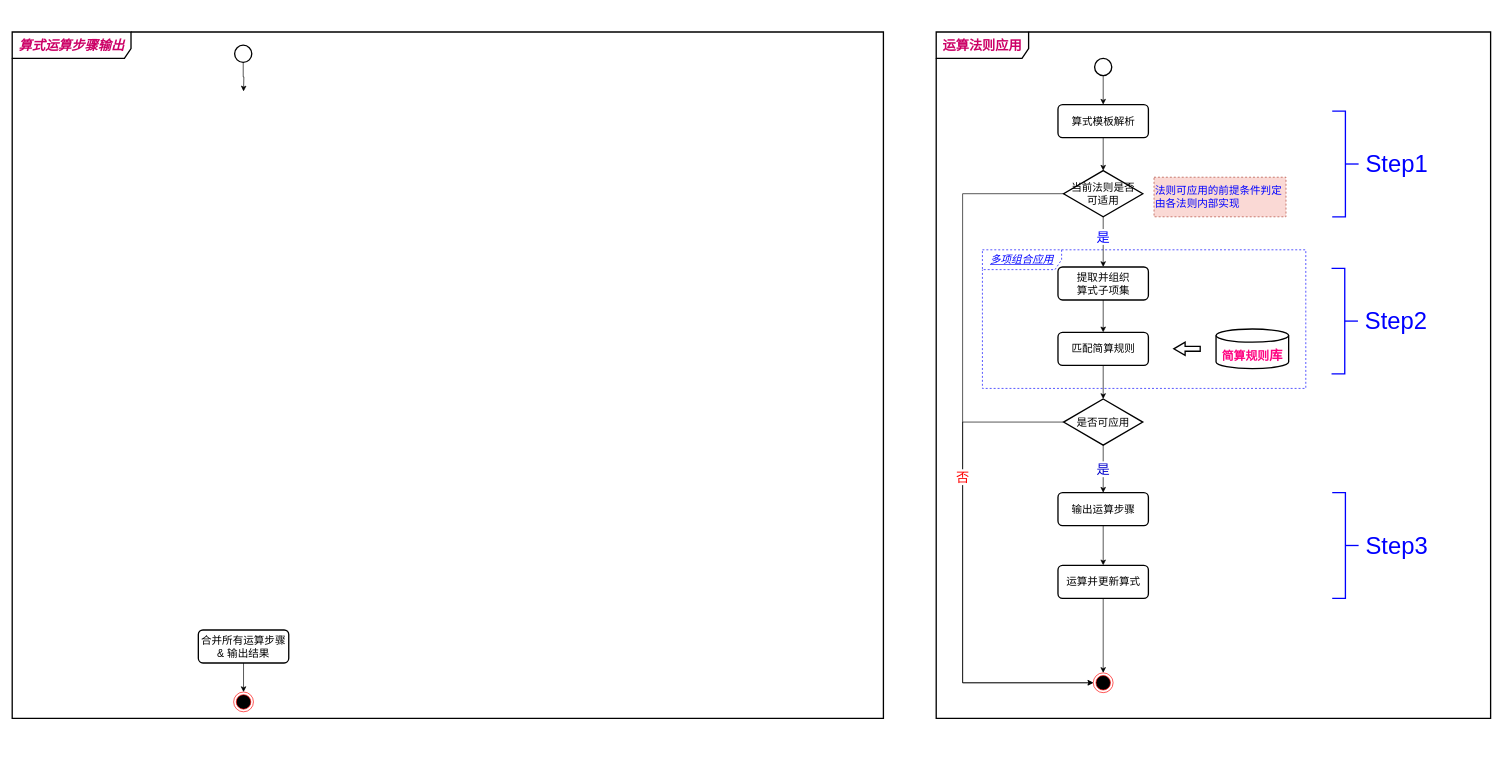
Above: page "四则混合运算步骤拆解 算法基本流程设计 的副本" (7 of 7) of 数学引擎.drawio in TinlerLin/MathEngine (draw.io), before the change. Source tidied: cells renumbered, new cells numbered last; positions are measured from the earlier drawing's top-left corner, leaving out a move shared by most shapes. Both pictures are drawn from the tidied source at 66%, with x=0, y=0 at pixel (12, 32).
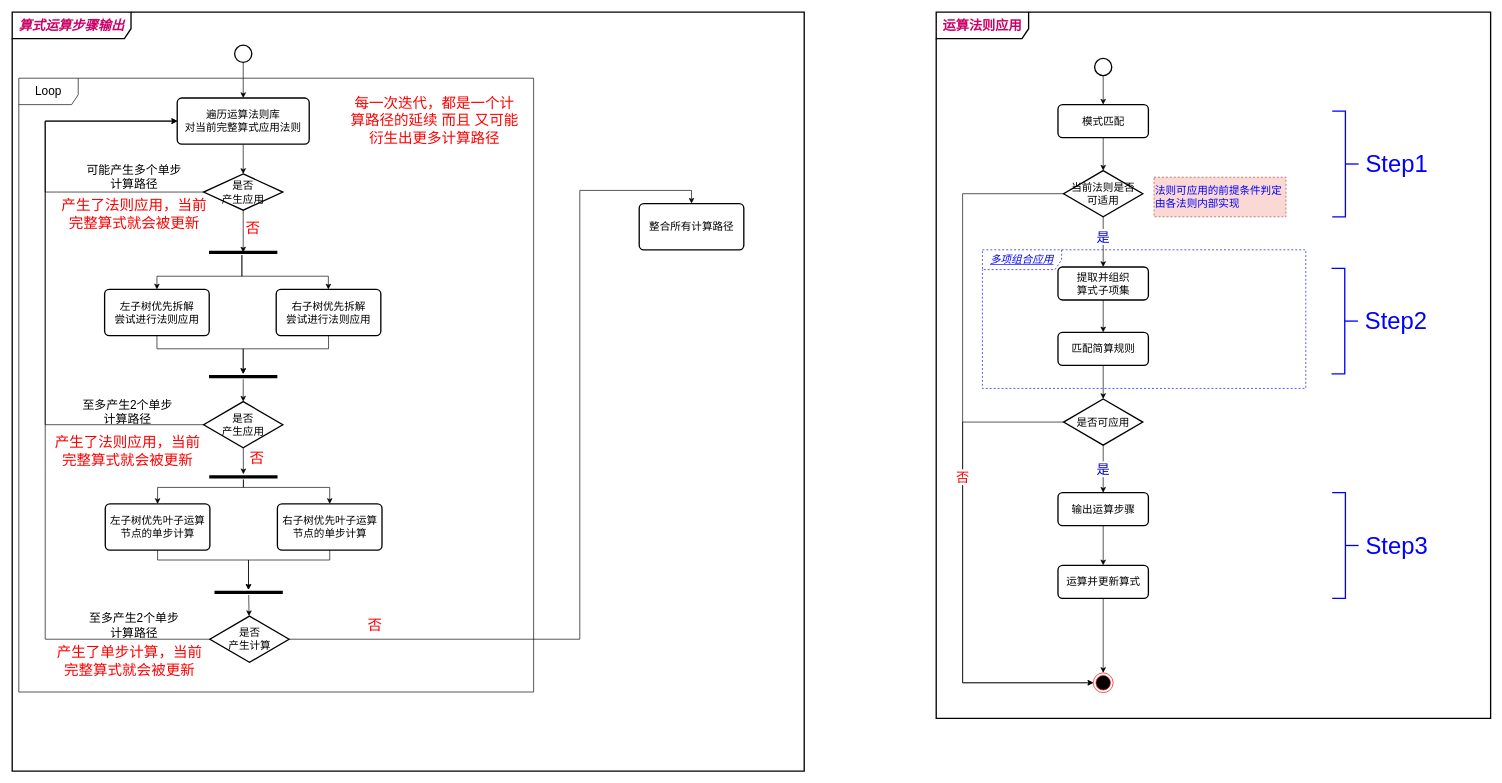
The same page after the edit.

Commit message (it also covers changes not shown here):
更新数学引擎.drawio

Unchanged cells that the change refers to:
```xml
<mxCell id="7" style="strokeWidth=2;html=1;shape=mxgraph.flowchart.start_2;whiteSpace=wrap;fontSize=16;" parent="1" vertex="1">
  <mxGeometry x="337" y="20" width="26" height="26" as="geometry" />
</mxCell>
<mxCell id="12" style="strokeWidth=2;html=1;shape=mxgraph.flowchart.start_2;whiteSpace=wrap;fontSize=16;" parent="1" vertex="1">
  <mxGeometry x="1640" y="40" width="26" height="26" as="geometry" />
</mxCell>
<mxCell id="18" value="当前法则是否&lt;br&gt;可适用" style="strokeWidth=2;html=1;shape=mxgraph.flowchart.decision;whiteSpace=wrap;fontSize=16;" parent="1" vertex="1">
  <mxGeometry x="1593" y="210" width="120" height="70" as="geometry" />
</mxCell>
<mxCell id="32" style="group;fontColor=#0000FF;" parent="1" vertex="1">
  <mxGeometry x="2000" y="120" width="128" height="160" as="geometry" />
</mxCell>
<mxCell id="35" style="group;" parent="1" vertex="1">
  <mxGeometry x="1999" y="358" width="128" height="160" as="geometry" />
</mxCell>
<mxCell id="38" style="group;" parent="1" vertex="1">
  <mxGeometry x="2000" y="698" width="128" height="160" as="geometry" />
</mxCell>
```

Diff of the diagram source:
```diff
@@
+    <mxCell id="5" value="算式运算步骤输出" style="shape=umlFrame;whiteSpace=wrap;html=1;fontSize=20;width=180;height=40;fontStyle=3;fontColor=#CC0066;strokeWidth=2;" parent="1" vertex="1">
+      <mxGeometry y="-30" width="1200" height="1150" as="geometry" />
+    </mxCell>
+    <mxCell id="41" value="Loop" style="shape=umlFrame;whiteSpace=wrap;html=1;strokeWidth=1;fontSize=18;fontColor=#000000;width=90;height=40;" parent="1" vertex="1">
+      <mxGeometry x="10" y="70" width="780" height="930" as="geometry" />
+    </mxCell>
     <mxCell id="2" value="&lt;span style=&quot;font-size: 20px;&quot;&gt;运算法则应用&lt;/span&gt;" style="shape=umlFrame;whiteSpace=wrap;html=1;fontSize=20;fontColor=#CC0066;strokeColor=#000000;strokeWidth=2;fillColor=default;width=140;height=40;fontStyle=1;" parent="1" vertex="1">
-      <mxGeometry x="1400" width="840" height="1040" as="geometry" />
+      <mxGeometry x="1400" y="-30" width="840" height="1070" as="geometry" />
     </mxCell>
@@
-    <mxCell id="5" value="算式运算步骤输出" style="shape=umlFrame;whiteSpace=wrap;html=1;fontSize=20;width=180;height=40;fontStyle=3;fontColor=#CC0066;strokeWidth=2;" parent="1" vertex="1">
-      <mxGeometry width="1320" height="1040" as="geometry" />
-    </mxCell>
-    <mxCell id="6" style="edgeStyle=orthogonalEdgeStyle;rounded=0;jettySize=auto;html=1;entryX=0.5;entryY=0;entryDx=0;entryDy=0;entryPerimeter=0;fontSize=16;" parent="1" edge="1" source="7">
-      <mxGeometry relative="1" as="geometry">
-        <mxPoint x="350.5" y="90" as="targetPoint" />
-      </mxGeometry>
-    </mxCell>
+    <mxCell id="42" style="edgeStyle=orthogonalEdgeStyle;rounded=0;jettySize=auto;html=1;fontSize=16;" parent="1" edge="1" source="7" target="50">
+      <mxGeometry relative="1" as="geometry" />
+    </mxCell>
@@
-    <mxCell id="8" style="ellipse;html=1;shape=endState;fillColor=#000000;strokeColor=#ff0000;fontSize=16;" parent="1" vertex="1">
-      <mxGeometry x="335.5" y="1000" width="30" height="30" as="geometry" />
-    </mxCell>
-    <mxCell id="9" style="edgeStyle=orthogonalEdgeStyle;rounded=0;jettySize=auto;html=1;fontSize=16;" parent="1" edge="1" source="10" target="8">
-      <mxGeometry relative="1" as="geometry" />
-    </mxCell>
-    <mxCell id="10" value="合并所有运算步骤&lt;br&gt;&amp;amp; 输出结果" style="rounded=1;whiteSpace=wrap;html=1;absoluteArcSize=1;arcSize=14;strokeWidth=2;fontSize=16;" parent="1" vertex="1">
-      <mxGeometry x="282" y="906" width="137" height="50" as="geometry" />
-    </mxCell>
-    <mxCell id="11" style="edgeStyle=orthogonalEdgeStyle;rounded=0;jettySize=auto;html=1;fontSize=20;fontColor=#CC0066;" parent="1" edge="1" source="12" target="15">
-      <mxGeometry relative="1" as="geometry" />
-    </mxCell>
+    <mxCell id="43" style="edgeStyle=orthogonalEdgeStyle;rounded=0;jettySize=auto;html=1;fontSize=20;fontColor=#CC0066;" parent="1" edge="1" source="12" target="45">
+      <mxGeometry relative="1" as="geometry" />
+    </mxCell>
@@
-    <mxCell id="14" style="edgeStyle=orthogonalEdgeStyle;rounded=0;jettySize=auto;html=1;fontSize=20;fontColor=#CC0066;" parent="1" edge="1" source="15" target="18">
-      <mxGeometry relative="1" as="geometry" />
-    </mxCell>
-    <mxCell id="15" value="算式模板解析" style="rounded=1;whiteSpace=wrap;html=1;absoluteArcSize=1;arcSize=14;strokeWidth=2;fontSize=16;" parent="1" vertex="1">
-      <mxGeometry x="1584.5" y="110" width="137" height="50" as="geometry" />
-    </mxCell>
+    <mxCell id="44" style="edgeStyle=orthogonalEdgeStyle;rounded=0;jettySize=auto;html=1;fontSize=20;fontColor=#CC0066;" parent="1" edge="1" source="45" target="18">
+      <mxGeometry relative="1" as="geometry" />
+    </mxCell>
+    <mxCell id="45" value="模式匹配" style="rounded=1;whiteSpace=wrap;html=1;absoluteArcSize=1;arcSize=14;strokeWidth=2;fontSize=16;" parent="1" vertex="1">
+      <mxGeometry x="1584.5" y="110" width="137" height="50" as="geometry" />
+    </mxCell>
@@
-    <mxCell id="29" value="&lt;font style=&quot;font-size: 18px&quot;&gt;简算规则&lt;/font&gt;&lt;font style=&quot;font-size: 20px&quot;&gt;库&lt;/font&gt;" style="strokeWidth=2;html=1;shape=mxgraph.flowchart.database;whiteSpace=wrap;fontSize=18;fontColor=#FF0080;fillColor=default;verticalAlign=middle;spacingBottom=-20;fontStyle=1;" parent="1" vertex="1">
-      <mxGeometry x="1824" y="450" width="110" height="60" as="geometry" />
-    </mxCell>
-    <mxCell id="30" style="verticalLabelPosition=bottom;verticalAlign=top;html=1;strokeWidth=2;shape=mxgraph.arrows2.arrow;dy=0.63;dx=17.12;notch=0;fontSize=18;fontColor=#0000FF;fillColor=default;rotation=180;" parent="1" vertex="1">
-      <mxGeometry x="1760" y="470" width="40" height="20" as="geometry" />
-    </mxCell>
@@
-    <mxCell id="33" style="strokeWidth=2;html=1;shape=mxgraph.flowchart.annotation_2;align=left;labelPosition=right;fontSize=36;fontColor=#666666;fillColor=default;rotation=180;strokeColor=#0000FF;" parent="32" vertex="1">
-      <mxGeometry width="40" height="160" as="geometry" />
-    </mxCell>
+    <mxCell id="46" style="strokeWidth=2;html=1;shape=mxgraph.flowchart.annotation_2;align=left;labelPosition=right;fontSize=36;fontColor=#666666;fillColor=default;rotation=180;strokeColor=#0000FF;" parent="32" vertex="1">
+      <mxGeometry width="40" height="160" as="geometry" />
+    </mxCell>
@@
-    <mxCell id="36" style="strokeWidth=2;html=1;shape=mxgraph.flowchart.annotation_2;align=left;labelPosition=right;fontSize=36;fontColor=#666666;fillColor=default;rotation=180;strokeColor=#0000FF;" parent="35" vertex="1">
-      <mxGeometry width="40" height="160" as="geometry" />
-    </mxCell>
+    <mxCell id="47" style="strokeWidth=2;html=1;shape=mxgraph.flowchart.annotation_2;align=left;labelPosition=right;fontSize=36;fontColor=#666666;fillColor=default;rotation=180;strokeColor=#0000FF;" parent="35" vertex="1">
+      <mxGeometry width="40" height="160" as="geometry" />
+    </mxCell>
@@
-    <mxCell id="39" style="strokeWidth=2;html=1;shape=mxgraph.flowchart.annotation_2;align=left;labelPosition=right;fontSize=36;fontColor=#666666;fillColor=default;rotation=180;strokeColor=#0000FF;" parent="38" vertex="1">
-      <mxGeometry width="40" height="160" as="geometry" />
-    </mxCell>
+    <mxCell id="48" style="strokeWidth=2;html=1;shape=mxgraph.flowchart.annotation_2;align=left;labelPosition=right;fontSize=36;fontColor=#666666;fillColor=default;rotation=180;strokeColor=#0000FF;" parent="38" vertex="1">
+      <mxGeometry width="40" height="160" as="geometry" />
+    </mxCell>
@@
+    <mxCell id="49" style="edgeStyle=none;rounded=0;jettySize=auto;html=1;exitX=0.5;exitY=1;exitDx=0;exitDy=0;entryX=0.5;entryY=0;entryDx=0;entryDy=0;entryPerimeter=0;fontSize=18;fontColor=#000000;endArrow=classic;endFill=1;" parent="1" edge="1" source="50" target="52">
+      <mxGeometry relative="1" as="geometry" />
+    </mxCell>
+    <mxCell id="50" value="遍历运算法则库&lt;br&gt;对当前完整算式应用法则" style="rounded=1;whiteSpace=wrap;html=1;absoluteArcSize=1;arcSize=14;strokeWidth=2;fontSize=16;" parent="1" vertex="1">
+      <mxGeometry x="250" y="100" width="200" height="70" as="geometry" />
+    </mxCell>
+    <mxCell id="51" style="edgeStyle=orthogonalEdgeStyle;rounded=0;jettySize=auto;html=1;entryX=0;entryY=0.5;entryDx=0;entryDy=0;fontSize=18;fontColor=#000000;endArrow=classic;endFill=1;" parent="1" edge="1" source="52" target="50">
+      <mxGeometry relative="1" as="geometry">
+        <Array as="points">
+          <mxPoint x="50" y="243" />
+          <mxPoint x="50" y="135" />
+        </Array>
+      </mxGeometry>
+    </mxCell>
+    <mxCell id="52" value="是否&lt;br&gt;产生应用" style="strokeWidth=2;html=1;shape=mxgraph.flowchart.decision;whiteSpace=wrap;fontSize=16;" parent="1" vertex="1">
+      <mxGeometry x="290" y="215" width="120" height="55" as="geometry" />
+    </mxCell>
+    <mxCell id="53" style="edgeStyle=orthogonalEdgeStyle;rounded=0;jettySize=auto;html=1;fontSize=18;fontColor=#000000;endArrow=classic;endFill=1;" parent="1" edge="1" source="54" target="69">
+      <mxGeometry relative="1" as="geometry">
+        <Array as="points">
+          <mxPoint x="219" y="480" />
+          <mxPoint x="350" y="480" />
+        </Array>
+      </mxGeometry>
+    </mxCell>
+    <mxCell id="54" value="左子树优先拆解&lt;br&gt;尝试进行法则应用" style="rounded=1;whiteSpace=wrap;html=1;absoluteArcSize=1;arcSize=14;strokeWidth=2;fontSize=16;" parent="1" vertex="1">
+      <mxGeometry x="140" y="390" width="158.5" height="70" as="geometry" />
+    </mxCell>
+    <mxCell id="55" style="edgeStyle=orthogonalEdgeStyle;rounded=0;jettySize=auto;html=1;fontSize=18;fontColor=#000000;endArrow=classic;endFill=1;" parent="1" edge="1" source="56" target="69">
+      <mxGeometry relative="1" as="geometry">
+        <Array as="points">
+          <mxPoint x="479" y="480" />
+          <mxPoint x="350" y="480" />
+        </Array>
+      </mxGeometry>
+    </mxCell>
+    <mxCell id="56" value="右子树优先拆解&lt;br&gt;尝试进行法则应用" style="rounded=1;whiteSpace=wrap;html=1;absoluteArcSize=1;arcSize=14;strokeWidth=2;fontSize=16;" parent="1" vertex="1">
+      <mxGeometry x="400" y="390" width="158.5" height="70" as="geometry" />
+    </mxCell>
+    <mxCell id="57" style="rounded=0;jettySize=auto;html=1;fontSize=18;fontColor=#000000;endArrow=classic;endFill=1;" parent="1" edge="1" source="59" target="72">
+      <mxGeometry relative="1" as="geometry" />
+    </mxCell>
+    <mxCell id="58" style="edgeStyle=orthogonalEdgeStyle;rounded=0;jettySize=auto;html=1;entryX=0;entryY=0.5;entryDx=0;entryDy=0;fontSize=18;fontColor=#000000;endArrow=classic;endFill=1;" parent="1" edge="1" source="59" target="50">
+      <mxGeometry relative="1" as="geometry">
+        <Array as="points">
+          <mxPoint x="50" y="595" />
+          <mxPoint x="50" y="135" />
+        </Array>
+      </mxGeometry>
+    </mxCell>
+    <mxCell id="59" value="是否&lt;br&gt;产生应用" style="strokeWidth=2;html=1;shape=mxgraph.flowchart.decision;whiteSpace=wrap;fontSize=16;" parent="1" vertex="1">
+      <mxGeometry x="290" y="560" width="120" height="70" as="geometry" />
+    </mxCell>
+    <mxCell id="60" style="edgeStyle=orthogonalEdgeStyle;rounded=0;jettySize=auto;html=1;fontSize=18;fontColor=#000000;endArrow=classic;endFill=1;" parent="1" edge="1" source="61" target="77">
+      <mxGeometry relative="1" as="geometry">
+        <Array as="points">
+          <mxPoint x="220" y="800" />
+          <mxPoint x="358" y="800" />
+        </Array>
+      </mxGeometry>
+    </mxCell>
+    <mxCell id="61" value="左子树优先叶子运算节点的单步计算" style="rounded=1;whiteSpace=wrap;html=1;absoluteArcSize=1;arcSize=14;strokeWidth=2;fontSize=16;" parent="1" vertex="1">
+      <mxGeometry x="141" y="715" width="158.5" height="70" as="geometry" />
+    </mxCell>
+    <mxCell id="62" style="edgeStyle=orthogonalEdgeStyle;rounded=0;jettySize=auto;html=1;fontSize=18;fontColor=#000000;endArrow=classic;endFill=1;" parent="1" edge="1" source="63" target="77">
+      <mxGeometry relative="1" as="geometry">
+        <Array as="points">
+          <mxPoint x="481" y="800" />
+          <mxPoint x="358" y="800" />
+        </Array>
+      </mxGeometry>
+    </mxCell>
+    <mxCell id="63" value="右子树优先叶子运算节点的单步计算" style="rounded=1;whiteSpace=wrap;html=1;absoluteArcSize=1;arcSize=14;strokeWidth=2;fontSize=16;" parent="1" vertex="1">
+      <mxGeometry x="401.8" y="715" width="158.5" height="70" as="geometry" />
+    </mxCell>
+    <mxCell id="64" style="edgeStyle=orthogonalEdgeStyle;rounded=0;jettySize=auto;html=1;entryX=0.5;entryY=0;entryDx=0;entryDy=0;fontSize=18;fontColor=#000000;endArrow=classic;endFill=1;" parent="1" edge="1" source="66" target="54">
+      <mxGeometry relative="1" as="geometry">
+        <Array as="points">
+          <mxPoint x="348" y="370" />
+          <mxPoint x="219" y="370" />
+        </Array>
+      </mxGeometry>
+    </mxCell>
+    <mxCell id="65" style="edgeStyle=orthogonalEdgeStyle;rounded=0;jettySize=auto;html=1;fontSize=18;fontColor=#000000;endArrow=classic;endFill=1;" parent="1" edge="1" source="66" target="56">
+      <mxGeometry relative="1" as="geometry">
+        <Array as="points">
+          <mxPoint x="348" y="370" />
+          <mxPoint x="479" y="370" />
+        </Array>
+      </mxGeometry>
+    </mxCell>
+    <mxCell id="66" style="line;strokeWidth=5;fillColor=none;align=left;verticalAlign=middle;spacingTop=-1;spacingLeft=3;spacingRight=3;labelPosition=right;points=[];portConstraint=eastwest;strokeColor=inherit;fontSize=18;fontColor=#000000;" parent="1" vertex="1">
+      <mxGeometry x="298.2" y="330" width="103.5" height="8" as="geometry" />
+    </mxCell>
+    <mxCell id="67" style="endArrow=classic;html=1;rounded=0;fontSize=18;fontColor=#000000;exitX=0.5;exitY=1;exitDx=0;exitDy=0;exitPerimeter=0;" parent="1" edge="1" source="52">
+      <mxGeometry relative="1" as="geometry">
+        <mxPoint x="350" y="334" as="targetPoint" />
+      </mxGeometry>
+    </mxCell>
+    <mxCell id="68" style="edgeStyle=orthogonalEdgeStyle;rounded=0;jettySize=auto;html=1;entryX=0.5;entryY=0;entryDx=0;entryDy=0;entryPerimeter=0;fontSize=18;fontColor=#000000;endArrow=classic;endFill=1;" parent="1" edge="1" source="69" target="59">
+      <mxGeometry relative="1" as="geometry">
+        <Array as="points">
+          <mxPoint x="350" y="530" />
+          <mxPoint x="350" y="530" />
+        </Array>
+      </mxGeometry>
+    </mxCell>
+    <mxCell id="69" style="line;strokeWidth=5;fillColor=none;align=left;verticalAlign=middle;spacingTop=-1;spacingLeft=3;spacingRight=3;labelPosition=right;points=[];portConstraint=eastwest;strokeColor=inherit;fontSize=18;fontColor=#000000;" parent="1" vertex="1">
+      <mxGeometry x="298.2" y="518" width="103.5" height="8" as="geometry" />
+    </mxCell>
+    <mxCell id="70" style="edgeStyle=orthogonalEdgeStyle;rounded=0;jettySize=auto;html=1;entryX=0.5;entryY=0;entryDx=0;entryDy=0;fontSize=18;fontColor=#000000;endArrow=classic;endFill=1;" parent="1" edge="1" source="72" target="61">
+      <mxGeometry relative="1" as="geometry">
+        <Array as="points">
+          <mxPoint x="350" y="690" />
+          <mxPoint x="220" y="690" />
+        </Array>
+      </mxGeometry>
+    </mxCell>
+    <mxCell id="71" style="edgeStyle=orthogonalEdgeStyle;rounded=0;jettySize=auto;html=1;entryX=0.5;entryY=0;entryDx=0;entryDy=0;fontSize=18;fontColor=#000000;endArrow=classic;endFill=1;" parent="1" edge="1" source="72" target="63">
+      <mxGeometry relative="1" as="geometry">
+        <Array as="points">
+          <mxPoint x="350" y="690" />
+          <mxPoint x="481" y="690" />
+        </Array>
+      </mxGeometry>
+    </mxCell>
+    <mxCell id="72" style="line;strokeWidth=5;fillColor=none;align=left;verticalAlign=middle;spacingTop=-1;spacingLeft=3;spacingRight=3;labelPosition=right;points=[];portConstraint=eastwest;strokeColor=inherit;fontSize=18;fontColor=#000000;" parent="1" vertex="1">
+      <mxGeometry x="298.5" y="670" width="103.5" height="8" as="geometry" />
+    </mxCell>
+    <mxCell id="73" style="edgeStyle=orthogonalEdgeStyle;rounded=0;jettySize=auto;html=1;fontSize=18;fontColor=#000000;endArrow=classic;endFill=1;" parent="1" edge="1" source="75" target="50">
+      <mxGeometry relative="1" as="geometry">
+        <Array as="points">
+          <mxPoint x="50" y="920" />
+          <mxPoint x="50" y="135" />
+        </Array>
+      </mxGeometry>
+    </mxCell>
+    <mxCell id="74" style="edgeStyle=orthogonalEdgeStyle;rounded=0;jettySize=auto;html=1;entryX=0.5;entryY=0;entryDx=0;entryDy=0;fontSize=22;fontColor=#FF0000;endArrow=classic;endFill=1;" parent="1" edge="1" source="75" target="81">
+      <mxGeometry relative="1" as="geometry">
+        <Array as="points">
+          <mxPoint x="860" y="920" />
+          <mxPoint x="860" y="240" />
+          <mxPoint x="1029" y="240" />
+        </Array>
+      </mxGeometry>
+    </mxCell>
+    <mxCell id="75" value="是否&lt;br&gt;产生计算" style="strokeWidth=2;html=1;shape=mxgraph.flowchart.decision;whiteSpace=wrap;fontSize=16;" parent="1" vertex="1">
+      <mxGeometry x="299.5" y="885" width="120" height="70" as="geometry" />
+    </mxCell>
+    <mxCell id="76" style="rounded=0;jettySize=auto;html=1;fontSize=18;fontColor=#000000;endArrow=classic;endFill=1;" parent="1" edge="1" source="77" target="75">
+      <mxGeometry relative="1" as="geometry" />
+    </mxCell>
+    <mxCell id="77" style="line;strokeWidth=5;fillColor=none;align=left;verticalAlign=middle;spacingTop=-1;spacingLeft=3;spacingRight=3;labelPosition=right;points=[];portConstraint=eastwest;strokeColor=inherit;fontSize=18;fontColor=#000000;" parent="1" vertex="1">
+      <mxGeometry x="306.5" y="845" width="103.5" height="8" as="geometry" />
+    </mxCell>
+    <mxCell id="78" value="可能产生多个单步计算路径" style="text;html=1;strokeColor=none;fillColor=none;align=center;verticalAlign=middle;whiteSpace=wrap;rounded=0;strokeWidth=5;fontSize=18;fontColor=#000000;" parent="1" vertex="1">
+      <mxGeometry x="110" y="200" width="150" height="40" as="geometry" />
+    </mxCell>
+    <mxCell id="79" value="至多产生2个单步计算路径" style="text;html=1;strokeColor=none;fillColor=none;align=center;verticalAlign=middle;whiteSpace=wrap;rounded=0;strokeWidth=5;fontSize=18;fontColor=#000000;" parent="1" vertex="1">
+      <mxGeometry x="100" y="556" width="150" height="40" as="geometry" />
+    </mxCell>
+    <mxCell id="80" value="至多产生2个单步计算路径" style="text;html=1;strokeColor=none;fillColor=none;align=center;verticalAlign=middle;whiteSpace=wrap;rounded=0;strokeWidth=5;fontSize=18;fontColor=#000000;" parent="1" vertex="1">
+      <mxGeometry x="110" y="880" width="150" height="40" as="geometry" />
+    </mxCell>
+    <mxCell id="81" value="整合所有计算路径" style="rounded=1;whiteSpace=wrap;html=1;absoluteArcSize=1;arcSize=14;strokeWidth=2;fontSize=16;" parent="1" vertex="1">
+      <mxGeometry x="950" y="260" width="158.5" height="70" as="geometry" />
+    </mxCell>
+    <mxCell id="82" value="否" style="text;html=1;strokeColor=none;fillColor=none;align=center;verticalAlign=middle;whiteSpace=wrap;rounded=0;strokeWidth=1;fontSize=22;fontColor=#FF0000;" parent="1" vertex="1">
+      <mxGeometry x="335" y="283" width="60" height="30" as="geometry" />
+    </mxCell>
+    <mxCell id="83" value="否" style="text;html=1;strokeColor=none;fillColor=none;align=center;verticalAlign=middle;whiteSpace=wrap;rounded=0;strokeWidth=1;fontSize=22;fontColor=#FF0000;" parent="1" vertex="1">
+      <mxGeometry x="341" y="632" width="60" height="30" as="geometry" />
+    </mxCell>
+    <mxCell id="84" value="否" style="text;html=1;strokeColor=none;fillColor=none;align=center;verticalAlign=middle;whiteSpace=wrap;rounded=0;strokeWidth=1;fontSize=22;fontColor=#FF0000;" parent="1" vertex="1">
+      <mxGeometry x="520" y="885" width="60" height="30" as="geometry" />
+    </mxCell>
+    <mxCell id="85" value="产生了法则应用，当前完整算式就会被更新" style="text;html=1;strokeColor=none;fillColor=none;align=center;verticalAlign=middle;whiteSpace=wrap;rounded=0;strokeWidth=1;fontSize=22;fontColor=#FF0000;" parent="1" vertex="1">
+      <mxGeometry x="65" y="250" width="240" height="52.5" as="geometry" />
+    </mxCell>
+    <mxCell id="86" value="产生了法则应用，当前完整算式就会被更新" style="text;html=1;strokeColor=none;fillColor=none;align=center;verticalAlign=middle;whiteSpace=wrap;rounded=0;strokeWidth=1;fontSize=22;fontColor=#FF0000;" parent="1" vertex="1">
+      <mxGeometry x="55" y="609.5" width="240" height="52.5" as="geometry" />
+    </mxCell>
+    <mxCell id="87" value="产生了单步计算，当前完整算式就会被更新" style="text;html=1;strokeColor=none;fillColor=none;align=center;verticalAlign=middle;whiteSpace=wrap;rounded=0;strokeWidth=1;fontSize=22;fontColor=#FF0000;" parent="1" vertex="1">
+      <mxGeometry x="58.2" y="927.5" width="240" height="52.5" as="geometry" />
+    </mxCell>
+    <mxCell id="88" value="每一次迭代，都是一个计算路径的延续 而且 又可能衍生出更多计算路径" style="text;html=1;strokeColor=none;fillColor=none;align=center;verticalAlign=middle;whiteSpace=wrap;rounded=0;strokeWidth=1;fontSize=22;fontColor=#FF0000;" parent="1" vertex="1">
+      <mxGeometry x="510" y="88.8" width="260" height="92.5" as="geometry" />
+    </mxCell>
```
